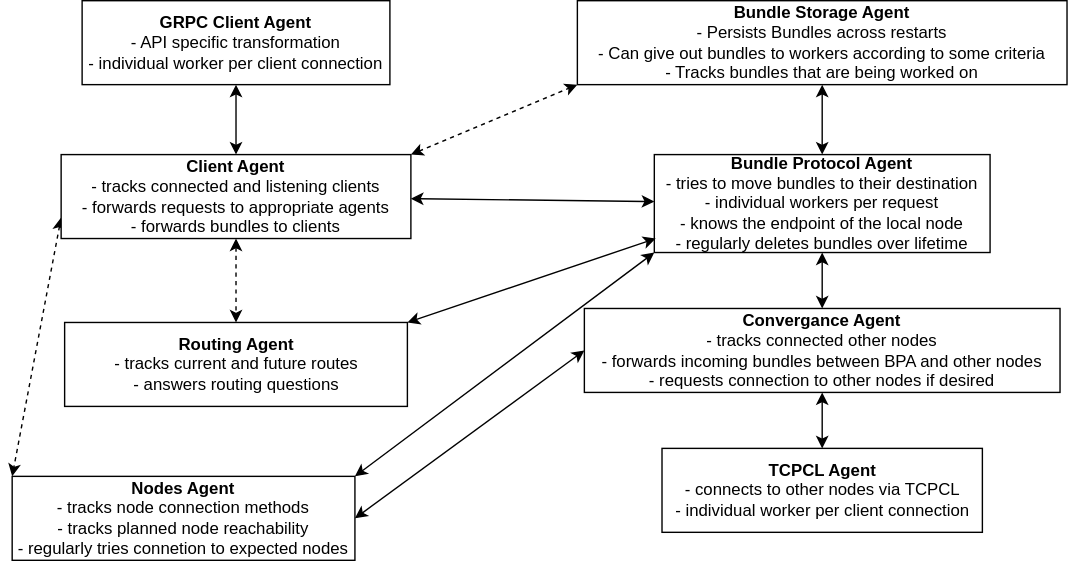
The draw.io diagram docs/img/agents.drawio.svg in huettner94/dtn, before a commit. Source tidied: cells renumbered, new cells last; positions are measured from the earlier drawing's top-left corner, leaving out a move shared by most shapes.
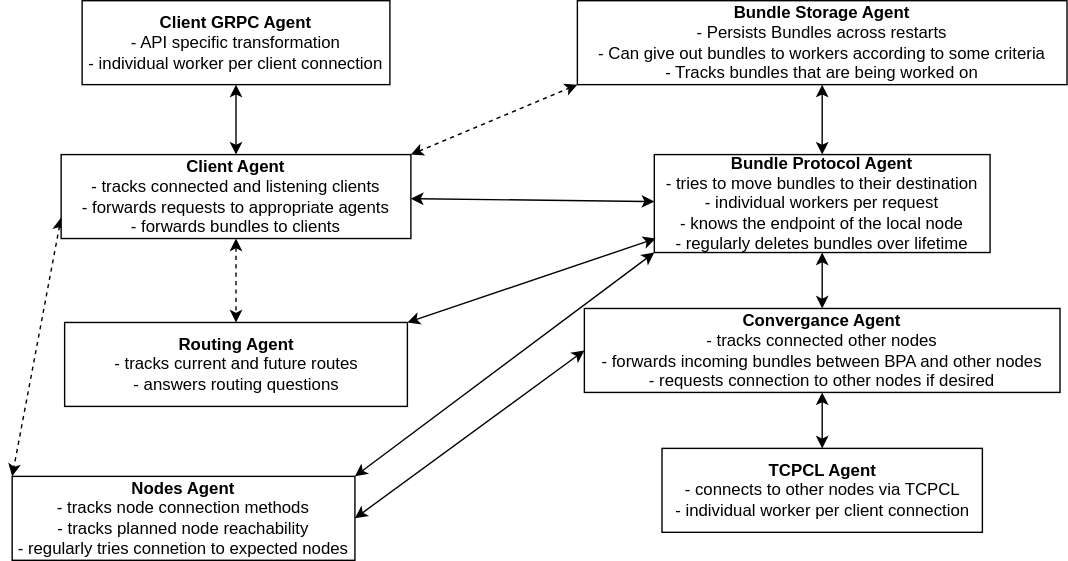
Above is the later version.

Diff of the diagram source:
```diff
@@ -2,7 +2,7 @@
   <root>
     <mxCell id="0" />
     <mxCell id="1" parent="0" />
-    <mxCell id="2" value="&lt;b&gt;GRPC Client Agent&lt;/b&gt;&lt;br&gt;- API specific transformation&lt;br&gt;- individual worker per client connection" style="rounded=0;whiteSpace=wrap;html=1;" parent="1" vertex="1">
+    <mxCell id="2" value="&lt;b&gt;Client GRPC Agent&lt;/b&gt;&lt;br&gt;- API specific transformation&lt;br&gt;- individual worker per client connection" style="rounded=0;whiteSpace=wrap;html=1;" parent="1" vertex="1">
       <mxGeometry x="50" width="220" height="60" as="geometry" />
     </mxCell>
     <mxCell id="3" value="&lt;b&gt;Bundle Storage Agent&lt;/b&gt;&lt;br&gt;- Persists Bundles across restarts&lt;br&gt;- Can give out bundles to workers according to some criteria&lt;br&gt;- Tracks bundles that are being worked on" style="rounded=0;whiteSpace=wrap;html=1;" parent="1" vertex="1">
```
